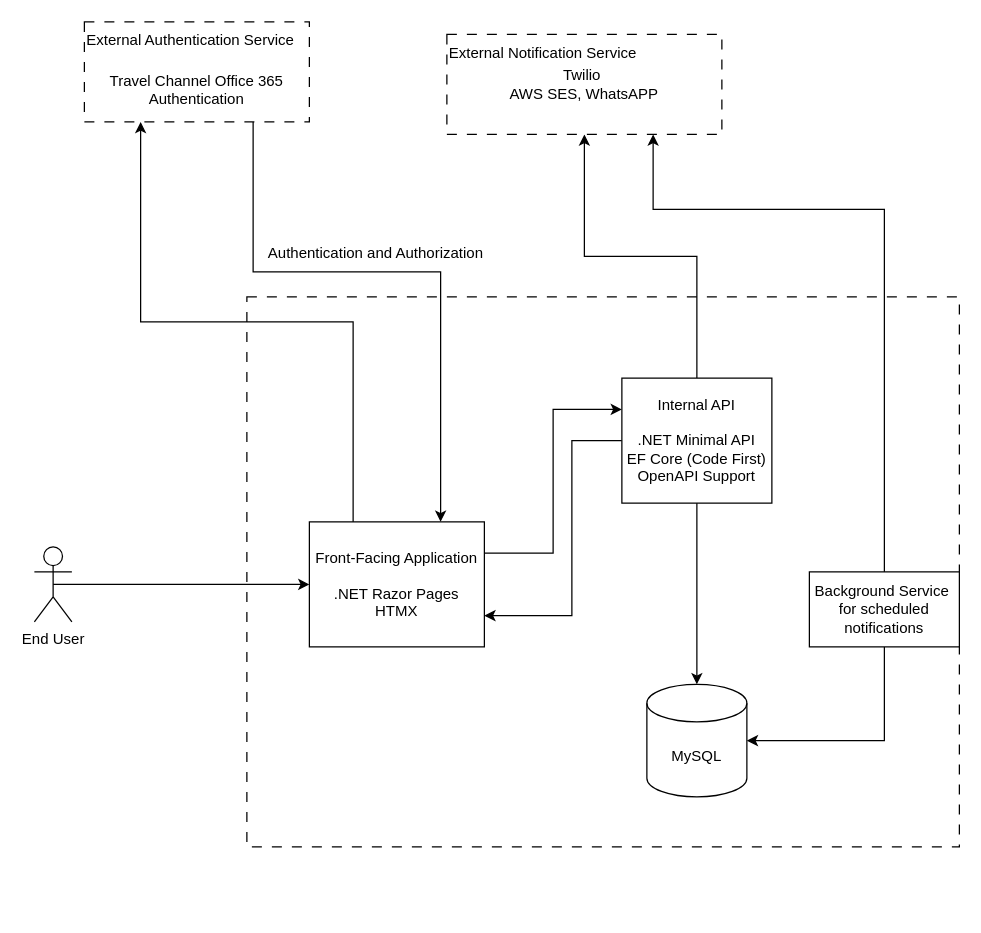
sanuja-ariyapperuma/SkyVault-Backend keeps this draw.io diagram as docs/Diagrams/Application Architecture.drawio. Above is the earlier version. Source tidied: cells renumbered, new cells numbered last; positions are measured from the earlier drawing's top-left corner, leaving out a move shared by most shapes. Both pictures are drawn from the tidied source at 125%, with x=0, y=0 at pixel (34, 21).
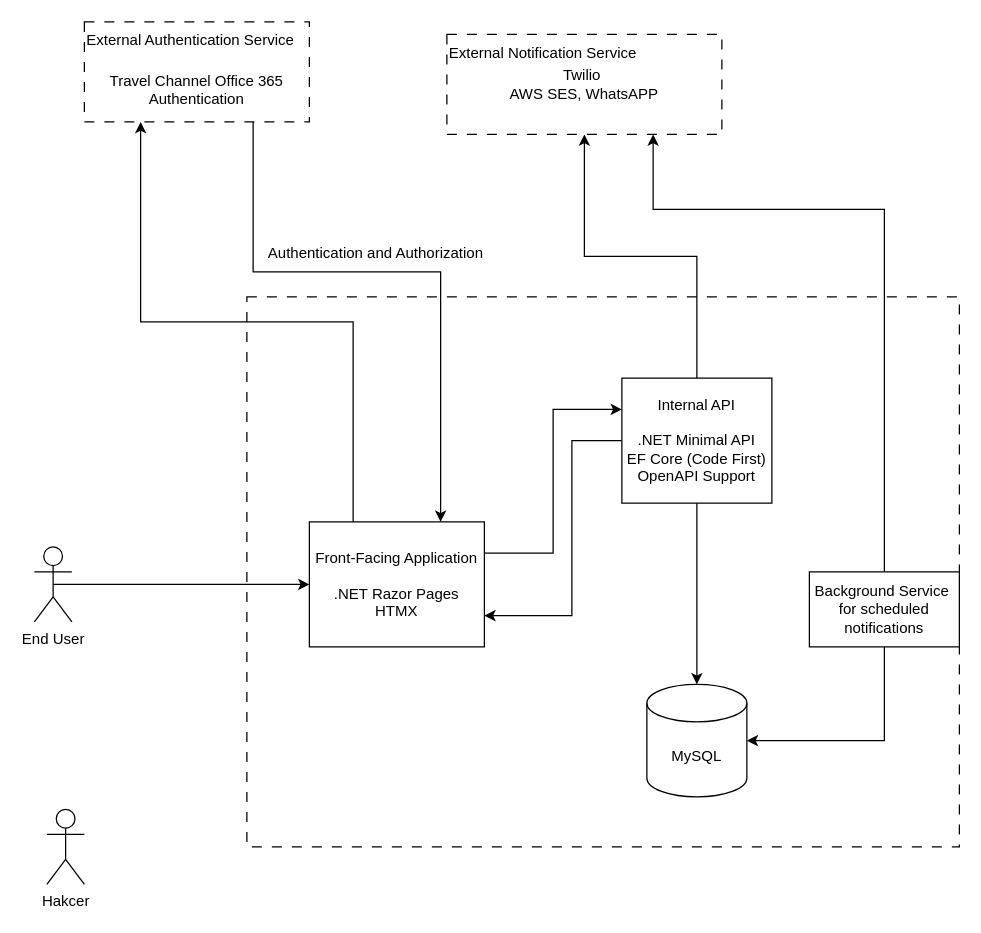
Above is the later version.

Commit message:
Architecture Diagram Changes

Diff of the diagram source:
```diff
@@
+    <mxCell id="24" value="Hakcer" style="shape=umlActor;verticalLabelPosition=bottom;verticalAlign=top;html=1;" parent="1" vertex="1">
+      <mxGeometry x="10" y="630" width="30" height="60" as="geometry" />
+    </mxCell>
```
